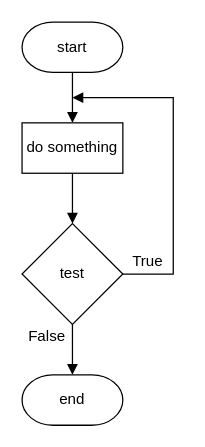
MrFriendCS/MrFriendCS.github.io keeps this draw.io diagram as page "while" (5 of 11) of n5/sdd/assets/N5 SDD.drawio. Above is the earlier version. Source tidied: cells renumbered, new cells numbered last; positions are measured from the earlier drawing's top-left corner, leaving out a move shared by most shapes. Both pictures are drawn from the tidied source at 126%, with x=0, y=0 at pixel (21, 21).
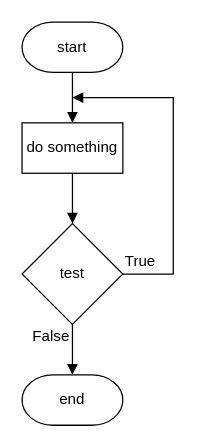
After the change.

The edit, as a diff of the source:
```diff
@@
 <mxGraphModel>
   <root>
     <mxCell id="0" />
     <mxCell id="1" parent="0" />
     <mxCell id="2" value="start" style="strokeWidth=1;html=1;shape=mxgraph.flowchart.terminator;whiteSpace=wrap;fillColor=none;" parent="1" vertex="1">
       <mxGeometry width="80" height="40" as="geometry" />
     </mxCell>
     <mxCell id="3" value="end" style="strokeWidth=1;html=1;shape=mxgraph.flowchart.terminator;whiteSpace=wrap;fillColor=none;" parent="1" vertex="1">
       <mxGeometry y="280" width="80" height="40" as="geometry" />
     </mxCell>
     <mxCell id="4" style="edgeStyle=orthogonalEdgeStyle;shape=connector;rounded=0;jettySize=auto;html=1;exitX=0.5;exitY=1;exitDx=0;exitDy=0;entryX=0.5;entryY=0;entryDx=0;entryDy=0;labelBackgroundColor=default;strokeColor=default;fontFamily=Helvetica;fontSize=11;fontColor=default;endArrow=block;endFill=1;" parent="1" edge="1" source="5" target="8">
       <mxGeometry relative="1" as="geometry" />
     </mxCell>
     <mxCell id="5" value="do something" style="rounded=0;whiteSpace=wrap;html=1;fillColor=none;" parent="1" vertex="1">
       <mxGeometry y="80" width="80" height="40" as="geometry" />
     </mxCell>
     <mxCell id="6" style="edgeStyle=orthogonalEdgeStyle;rounded=0;jettySize=auto;html=1;exitX=0.5;exitY=1;exitDx=0;exitDy=0;entryX=0.5;entryY=0;entryDx=0;entryDy=0;endArrow=block;endFill=1;" parent="1" edge="1" source="8">
       <mxGeometry relative="1" as="geometry">
         <mxPoint x="40" y="280" as="targetPoint" />
       </mxGeometry>
     </mxCell>
     <mxCell id="7" style="edgeStyle=orthogonalEdgeStyle;shape=connector;rounded=0;jettySize=auto;html=1;exitX=1;exitY=0.5;exitDx=0;exitDy=0;labelBackgroundColor=default;strokeColor=default;fontFamily=Helvetica;fontSize=11;fontColor=default;endArrow=block;endFill=1;" parent="1" edge="1" source="8">
       <mxGeometry relative="1" as="geometry">
         <mxPoint x="40" y="60" as="targetPoint" />
         <Array as="points">
           <mxPoint x="120" y="200" />
           <mxPoint x="120" y="60" />
         </Array>
       </mxGeometry>
     </mxCell>
     <mxCell id="8" value="test" style="rhombus;whiteSpace=wrap;html=1;fillColor=none;" parent="1" vertex="1">
       <mxGeometry y="160" width="80" height="80" as="geometry" />
     </mxCell>
-    <mxCell id="9" value="True" style="text;html=1;strokeColor=none;fillColor=none;align=center;verticalAlign=middle;whiteSpace=wrap;rounded=0;" parent="1" vertex="1">
+    <mxCell id="9" value="True" style="text;html=1;strokeColor=none;fillColor=none;align=left;verticalAlign=middle;whiteSpace=wrap;rounded=0;" parent="1" vertex="1">
       <mxGeometry x="80" y="180" width="40" height="20" as="geometry" />
     </mxCell>
-    <mxCell id="10" value="False" style="text;html=1;strokeColor=none;fillColor=none;align=center;verticalAlign=middle;whiteSpace=wrap;rounded=0;" parent="1" vertex="1">
+    <mxCell id="10" value="False" style="text;html=1;strokeColor=none;fillColor=none;align=right;verticalAlign=middle;whiteSpace=wrap;rounded=0;" parent="1" vertex="1">
       <mxGeometry y="240" width="40" height="20" as="geometry" />
     </mxCell>
     <mxCell id="11" style="edgeStyle=orthogonalEdgeStyle;rounded=0;jettySize=auto;html=1;entryX=0.5;entryY=0;entryDx=0;entryDy=0;endArrow=block;endFill=1;exitX=0.5;exitY=1;exitDx=0;exitDy=0;exitPerimeter=0;" parent="1" edge="1" source="2" target="5">
       <mxGeometry relative="1" as="geometry" />
     </mxCell>
   </root>
 </mxGraphModel>
```
